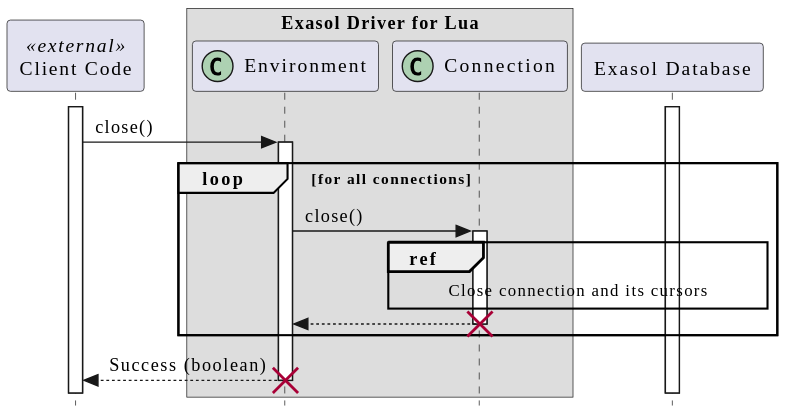
Before: doc/images/generated/seq_environment_close.svg, a diagram exported from PlantUML (exasol/exasol-driver-lua).
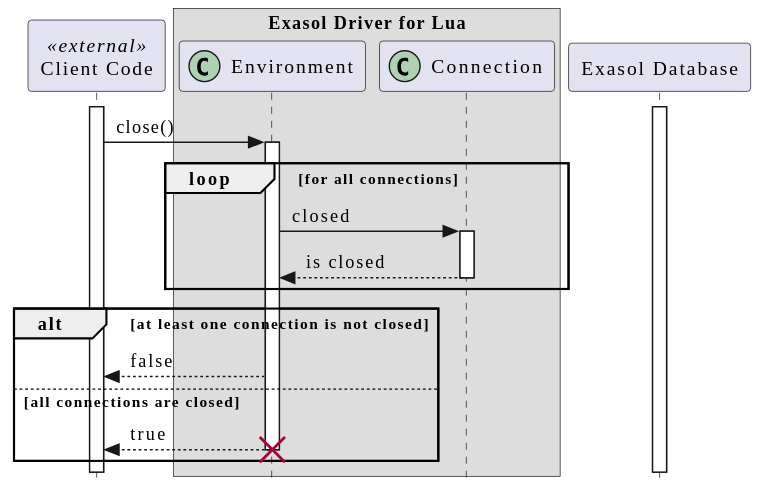
After the change.

Diff of the diagram source:
```diff
@@ -14,13 +14,16 @@
 client -> env : close()
 activate env
 loop for all connections
-    env -> conn : close()
+    env -> conn : closed
     activate conn
-    ref over conn, db: Close connection and its cursors
-    conn --> env
-    destroy conn
+    conn --> env: is closed
+    deactivate conn
 end
-env --> client: Success (boolean)
-destroy env
+alt at least one connection is not closed
+    env --> client: false
+else all connections are closed
+    env --> client: true
+    destroy env
+end
 
 @enduml
```
